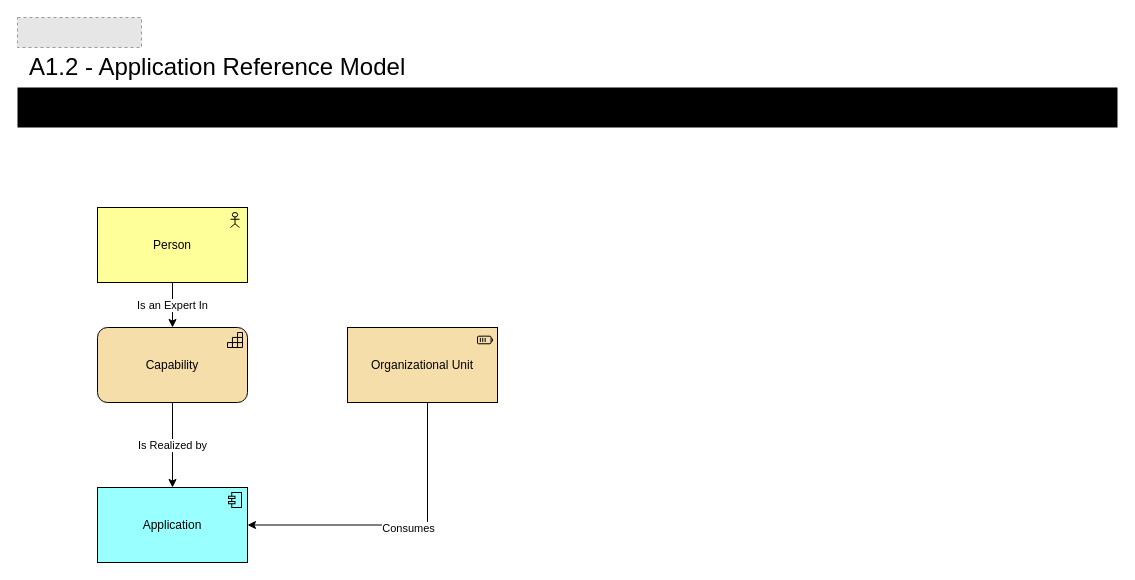
The draw.io diagram page "A1.2" (4 of 11) of A1.2_ApplicationReferenceModel.drawio in darrellcbrown/architecture-diagrams, before the edit. Source tidied: cells renumbered, new cells numbered last; positions are measured from the earlier drawing's top-left corner, leaving out a move shared by most shapes. Both pictures are drawn from the tidied source at 100%, with x=0, y=0 at pixel (17, 17). Pictures stored in the file or linked from it are replaced by grey dashed boxes.
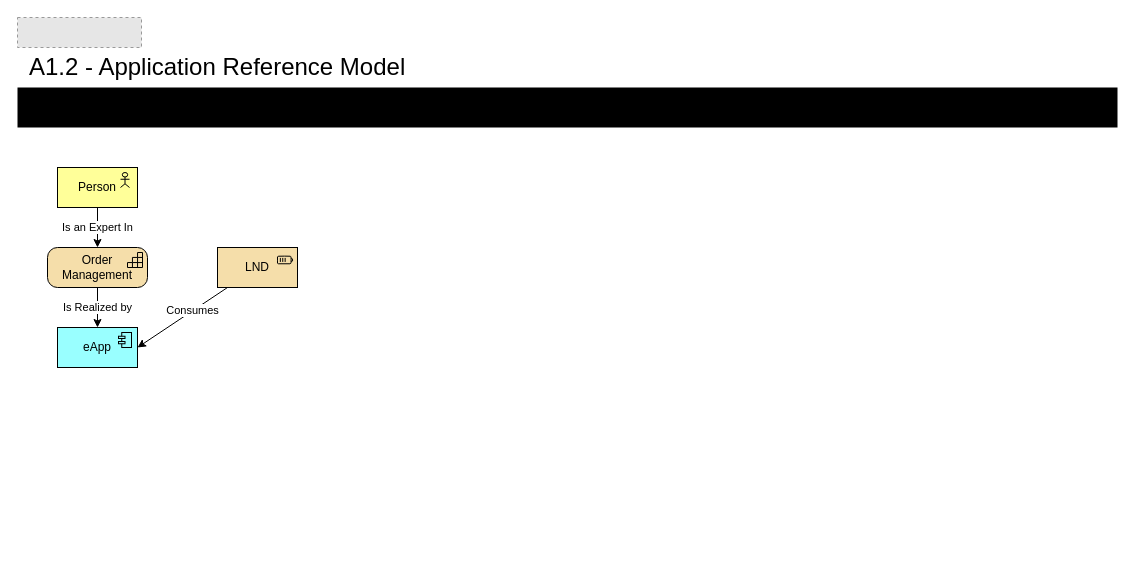
After the change.

What changed in the source:
```diff
@@
 <mxGraphModel>
   <root>
     <mxCell id="0" />
     <mxCell id="1" parent="0" />
     <mxCell id="2" style="rounded=0;whiteSpace=wrap;html=1;fillColor=#000000;strokeColor=none;" parent="1" vertex="1">
       <mxGeometry y="70" width="1100" height="40" as="geometry" />
     </mxCell>
     <mxCell id="3" value="A1.2 - Application Reference Model" style="text;html=1;align=left;verticalAlign=middle;strokeColor=none;fillColor=none;fontSize=24;" parent="1" vertex="1">
       <mxGeometry x="10" y="30" width="400" height="40" as="geometry" />
     </mxCell>
     <mxCell id="4" style="fillColor=#E6E6E6;strokeColor=#999999;dashed=1;verticalLabelPosition=bottom;labelBackgroundColor=default;verticalAlign=top;" parent="1" vertex="1">
       <mxGeometry width="124" height="30" as="geometry" />
     </mxCell>
     <mxCell id="5" parent="0" />
-    <mxCell id="6" value="Is an Expert In" style="edgeStyle=orthogonalEdgeStyle;rounded=0;jettySize=auto;html=1;" parent="5" edge="1" source="7" target="8">
+    <mxCell id="6" value="Is an Expert In" style="edgeStyle=orthogonalEdgeStyle;rounded=0;jettySize=auto;html=1;" parent="5" edge="1" source="7" target="13">
       <mxGeometry relative="1" as="geometry" />
     </mxCell>
     <mxCell id="7" value="Person" style="html=1;outlineConnect=0;whiteSpace=wrap;fillColor=#ffff99;shape=mxgraph.archimate3.application;appType=actor;archiType=square;" parent="5" vertex="1">
-      <mxGeometry x="80" y="190" width="150" height="75" as="geometry" />
+      <mxGeometry x="40" y="150" width="80" height="40" as="geometry" />
     </mxCell>
-    <mxCell id="8" value="Capability" style="html=1;outlineConnect=0;whiteSpace=wrap;fillColor=#F5DEAA;shape=mxgraph.archimate3.application;appType=capability;archiType=rounded;" parent="5" vertex="1">
-      <mxGeometry x="80" y="310" width="150" height="75" as="geometry" />
-    </mxCell>
-    <mxCell id="9" value="Application" style="html=1;outlineConnect=0;whiteSpace=wrap;fillColor=#99ffff;shape=mxgraph.archimate3.application;appType=comp;archiType=square;" parent="5" vertex="1">
-      <mxGeometry x="80" y="470" width="150" height="75" as="geometry" />
-    </mxCell>
+    <mxCell id="13" value="Order Management" style="html=1;outlineConnect=0;whiteSpace=wrap;fillColor=#F5DEAA;shape=mxgraph.archimate3.application;appType=capability;archiType=rounded;" parent="5" vertex="1">
+      <mxGeometry x="30" y="230" width="100" height="40" as="geometry" />
+    </mxCell>
+    <mxCell id="14" value="eApp" style="html=1;outlineConnect=0;whiteSpace=wrap;fillColor=#99ffff;shape=mxgraph.archimate3.application;appType=comp;archiType=square;" parent="5" vertex="1">
+      <mxGeometry x="40" y="310" width="80" height="40" as="geometry" />
+    </mxCell>
-    <mxCell id="10" value="Is Realized by" style="edgeStyle=orthogonalEdgeStyle;rounded=0;jettySize=auto;html=1;entryX=0.5;entryY=0;entryDx=0;entryDy=0;entryPerimeter=0;" parent="5" edge="1" source="8" target="9">
+    <mxCell id="10" value="Is Realized by" style="edgeStyle=orthogonalEdgeStyle;rounded=0;jettySize=auto;html=1;entryX=0.5;entryY=0;entryDx=0;entryDy=0;entryPerimeter=0;" parent="5" edge="1" source="13" target="14">
       <mxGeometry relative="1" as="geometry" />
     </mxCell>
-    <mxCell id="11" value="Organizational Unit" style="html=1;outlineConnect=0;whiteSpace=wrap;fillColor=#F5DEAA;shape=mxgraph.archimate3.application;appType=resource;archiType=square;" parent="5" vertex="1">
-      <mxGeometry x="330" y="310" width="150" height="75" as="geometry" />
-    </mxCell>
+    <mxCell id="15" value="LND" style="html=1;outlineConnect=0;whiteSpace=wrap;fillColor=#F5DEAA;shape=mxgraph.archimate3.application;appType=resource;archiType=square;" parent="5" vertex="1">
+      <mxGeometry x="200" y="230" width="80" height="40" as="geometry" />
+    </mxCell>
-    <mxCell id="12" value="Consumes" style="edgeStyle=orthogonalEdgeStyle;rounded=0;jettySize=auto;html=1;entryX=1;entryY=0.5;entryDx=0;entryDy=0;entryPerimeter=0;" parent="5" edge="1" source="11" target="9">
-      <mxGeometry x="-0.06" y="3" relative="1" as="geometry">
-        <Array as="points">
-          <mxPoint x="410" y="508" />
-          <mxPoint x="230" y="508" />
-        </Array>
-      </mxGeometry>
+    <mxCell id="12" value="Consumes" style="rounded=0;jettySize=auto;html=1;entryX=1;entryY=0.5;entryDx=0;entryDy=0;entryPerimeter=0;" parent="5" edge="1" source="15" target="14">
+      <mxGeometry x="-0.23" relative="1" as="geometry" />
     </mxCell>
   </root>
 </mxGraphModel>
```
